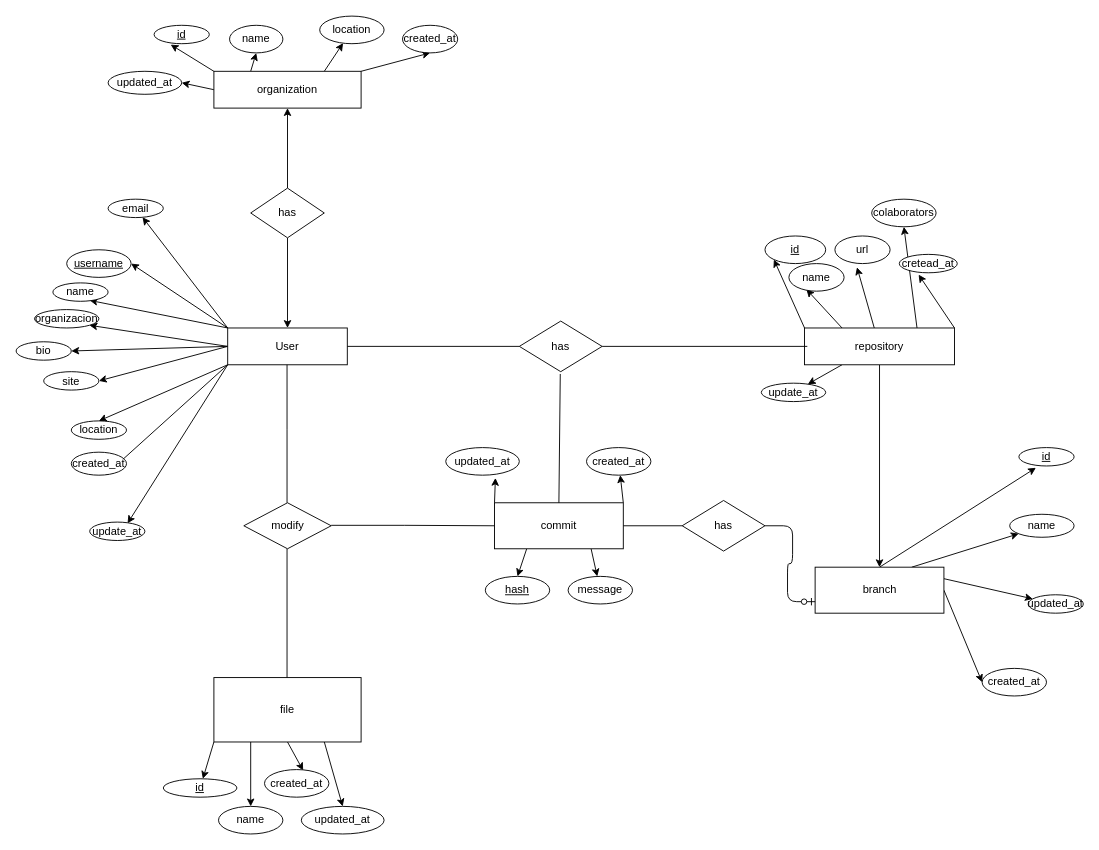
Before: ER/GitBoomer Entity-Relationship diagram1.drawio in mateusgomes01/gdi-project-2020-1, a draw.io diagram. Source tidied: cells renumbered, new cells numbered last; positions are measured from the earlier drawing's top-left corner, leaving out a move shared by most shapes. Both pictures are drawn from the tidied source at 92%, with x=0, y=0 at pixel (16, 16).
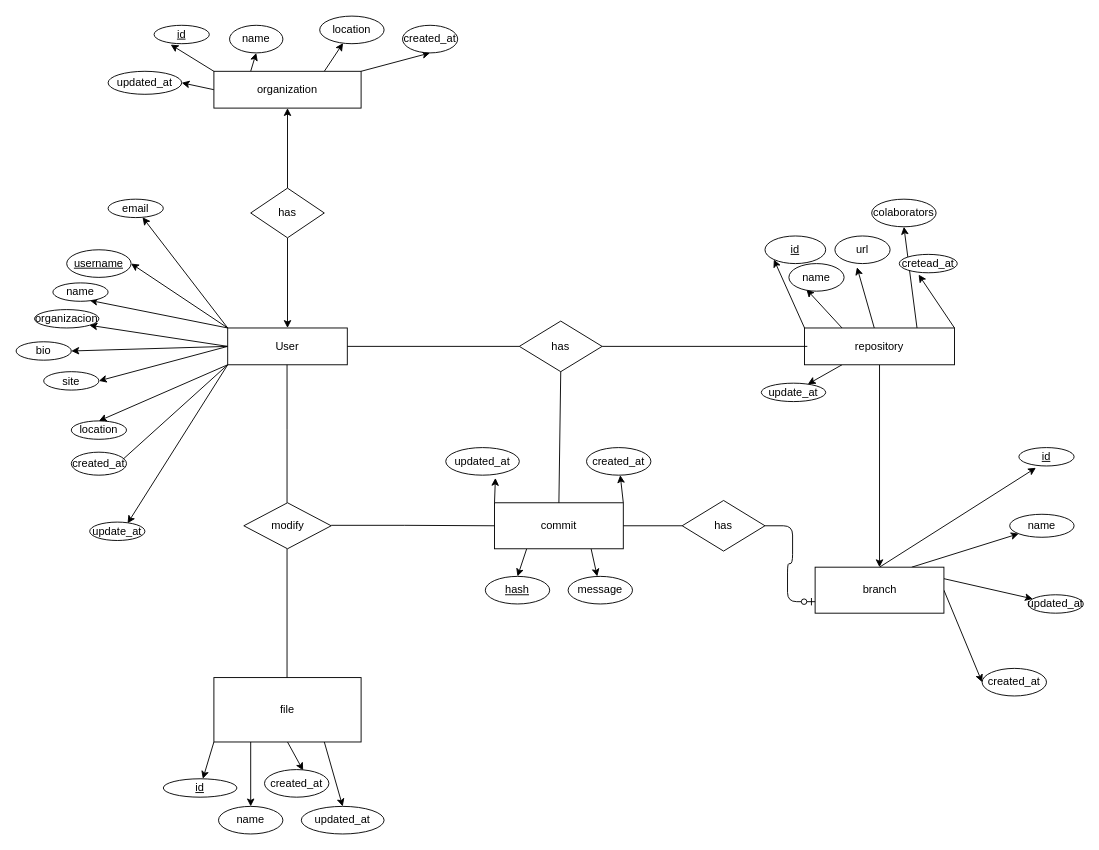
Above is the later version.

Unchanged cells that the change refers to:
```xml
<mxCell id="21" value="has" style="shape=rhombus;perimeter=rhombusPerimeter;whiteSpace=wrap;html=1;align=center;" parent="1" vertex="1">
  <mxGeometry x="547" y="331.5" width="90" height="55" as="geometry" />
</mxCell>
<mxCell id="54" value="commit" style="whiteSpace=wrap;html=1;align=center;" parent="1" vertex="1">
  <mxGeometry x="520" y="529" width="140" height="50" as="geometry" />
</mxCell>
```

Diff of the diagram source:
```diff
@@
-    <mxCell id="60" style="endArrow=none;html=1;rounded=0;entryX=0.5;entryY=0;entryDx=0;entryDy=0;" parent="1" edge="1" target="54">
-      <mxGeometry relative="1" as="geometry">
-        <mxPoint x="591.5" y="389" as="sourcePoint" />
-      </mxGeometry>
+    <mxCell id="60" style="endArrow=none;html=1;rounded=0;entryX=0.5;entryY=0;entryDx=0;entryDy=0;exitX=0.5;exitY=1;exitDx=0;exitDy=0;" parent="1" edge="1" source="21" target="54">
+      <mxGeometry relative="1" as="geometry" />
     </mxCell>
```
